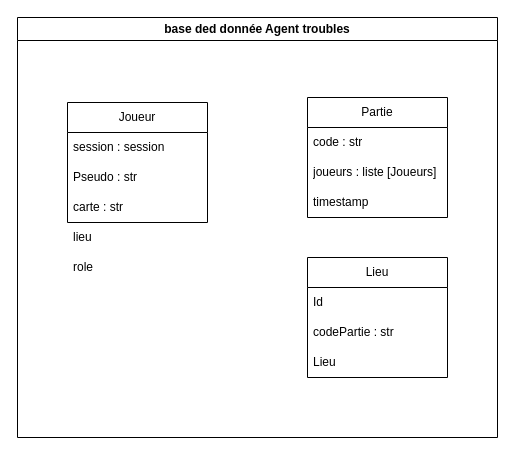
Earlier version of the draw.io diagram assets/schemas.drawio (LeNonante/GameHub). Source tidied: cells renumbered, new cells numbered last; positions are measured from the earlier drawing's top-left corner, leaving out a move shared by most shapes. Both pictures are drawn from the tidied source at 100%, with x=0, y=0 at pixel (17, 17).
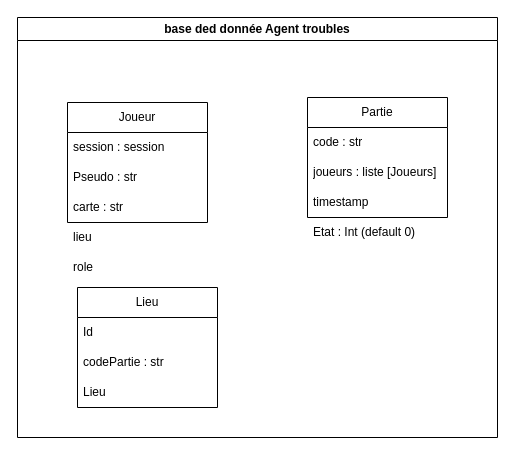
After the change.

The edit, as a diff of the source:
```diff
@@
 <mxGraphModel>
   <root>
     <mxCell id="0" />
     <mxCell id="1" parent="0" />
     <mxCell id="2" value="base ded donnée Agent troubles" style="swimlane;whiteSpace=wrap;html=1;" parent="1" vertex="1">
       <mxGeometry width="480" height="420" as="geometry" />
     </mxCell>
     <mxCell id="3" value="Partie" style="swimlane;fontStyle=0;horizontal=1;startSize=30;whiteSpace=wrap;html=1;" parent="2" vertex="1">
       <mxGeometry x="290" y="80" width="140" height="120" as="geometry" />
     </mxCell>
     <mxCell id="4" value="code : str" style="text;strokeColor=none;fillColor=none;align=left;verticalAlign=middle;spacingLeft=4;spacingRight=4;overflow=hidden;whiteSpace=wrap;html=1;" parent="3" vertex="1">
       <mxGeometry y="30" width="140" height="30" as="geometry" />
     </mxCell>
     <mxCell id="5" value="joueurs : liste [Joueurs]" style="text;strokeColor=none;fillColor=none;align=left;verticalAlign=middle;spacingLeft=4;spacingRight=4;overflow=hidden;whiteSpace=wrap;html=1;" parent="3" vertex="1">
       <mxGeometry y="60" width="140" height="30" as="geometry" />
     </mxCell>
     <mxCell id="6" value="&lt;span style=&quot;color: rgb(0, 0, 0);&quot;&gt;timestamp&lt;/span&gt;" style="text;strokeColor=none;fillColor=none;align=left;verticalAlign=middle;spacingLeft=4;spacingRight=4;overflow=hidden;whiteSpace=wrap;html=1;" parent="3" vertex="1">
       <mxGeometry y="90" width="140" height="30" as="geometry" />
     </mxCell>
     <mxCell id="7" value="Joueur" style="swimlane;fontStyle=0;horizontal=1;startSize=30;whiteSpace=wrap;html=1;" parent="2" vertex="1">
       <mxGeometry x="50" y="85" width="140" height="120" as="geometry" />
     </mxCell>
     <mxCell id="8" value="session : session" style="text;strokeColor=none;fillColor=none;align=left;verticalAlign=middle;spacingLeft=4;spacingRight=4;overflow=hidden;whiteSpace=wrap;html=1;" parent="7" vertex="1">
       <mxGeometry y="30" width="140" height="30" as="geometry" />
     </mxCell>
     <mxCell id="9" value="Pseudo : str" style="text;strokeColor=none;fillColor=none;align=left;verticalAlign=middle;spacingLeft=4;spacingRight=4;overflow=hidden;whiteSpace=wrap;html=1;" parent="7" vertex="1">
       <mxGeometry y="60" width="140" height="30" as="geometry" />
     </mxCell>
     <mxCell id="10" value="carte : str" style="text;strokeColor=none;fillColor=none;align=left;verticalAlign=middle;spacingLeft=4;spacingRight=4;overflow=hidden;whiteSpace=wrap;html=1;" parent="7" vertex="1">
       <mxGeometry y="90" width="140" height="30" as="geometry" />
     </mxCell>
     <mxCell id="11" value="lieu" style="text;strokeColor=none;fillColor=none;align=left;verticalAlign=middle;spacingLeft=4;spacingRight=4;overflow=hidden;whiteSpace=wrap;html=1;" parent="2" vertex="1">
       <mxGeometry x="50" y="205" width="140" height="30" as="geometry" />
     </mxCell>
     <mxCell id="12" value="role" style="text;strokeColor=none;fillColor=none;align=left;verticalAlign=middle;spacingLeft=4;spacingRight=4;overflow=hidden;whiteSpace=wrap;html=1;" parent="2" vertex="1">
       <mxGeometry x="50" y="235" width="140" height="30" as="geometry" />
     </mxCell>
-    <mxCell id="13" value="Lieu" style="swimlane;fontStyle=0;horizontal=1;startSize=30;whiteSpace=wrap;html=1;" parent="1" vertex="1">
-      <mxGeometry x="290" y="240" width="140" height="120" as="geometry" />
+    <mxCell id="13" value="Lieu" style="swimlane;fontStyle=0;horizontal=1;startSize=30;whiteSpace=wrap;html=1;" parent="2" vertex="1">
+      <mxGeometry x="60" y="270" width="140" height="120" as="geometry" />
     </mxCell>
     <mxCell id="14" value="Id" style="text;strokeColor=none;fillColor=none;align=left;verticalAlign=middle;spacingLeft=4;spacingRight=4;overflow=hidden;whiteSpace=wrap;html=1;" parent="13" vertex="1">
       <mxGeometry y="30" width="140" height="30" as="geometry" />
     </mxCell>
     <mxCell id="15" value="&lt;span style=&quot;color: rgb(0, 0, 0);&quot;&gt;codePartie : str&lt;/span&gt;" style="text;strokeColor=none;fillColor=none;align=left;verticalAlign=middle;spacingLeft=4;spacingRight=4;overflow=hidden;whiteSpace=wrap;html=1;" parent="13" vertex="1">
       <mxGeometry y="60" width="140" height="30" as="geometry" />
     </mxCell>
     <mxCell id="16" value="&lt;span style=&quot;color: rgb(0, 0, 0);&quot;&gt;Lieu&lt;/span&gt;" style="text;strokeColor=none;fillColor=none;align=left;verticalAlign=middle;spacingLeft=4;spacingRight=4;overflow=hidden;whiteSpace=wrap;html=1;" parent="13" vertex="1">
       <mxGeometry y="90" width="140" height="30" as="geometry" />
     </mxCell>
+    <mxCell id="17" value="&lt;span style=&quot;color: rgb(0, 0, 0);&quot;&gt;Etat : Int (default 0)&lt;/span&gt;" style="text;strokeColor=none;fillColor=none;align=left;verticalAlign=middle;spacingLeft=4;spacingRight=4;overflow=hidden;whiteSpace=wrap;html=1;" parent="2" vertex="1">
+      <mxGeometry x="290" y="200" width="140" height="30" as="geometry" />
+    </mxCell>
   </root>
 </mxGraphModel>
```
